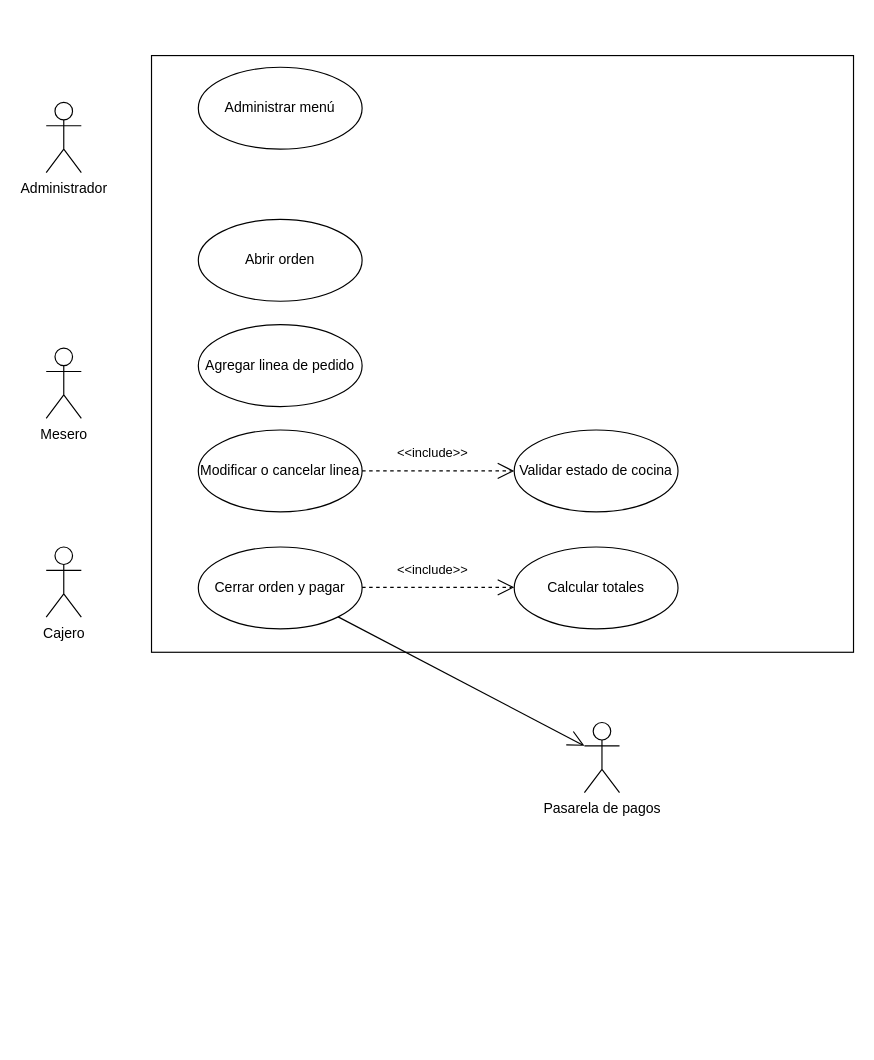
This is diagrama_casosdeuso_ar.drawio from JahirFz/Mapas, a draw.io file, before an edit. Source tidied: cells renumbered, new cells numbered last; positions are measured from the earlier drawing's top-left corner, leaving out a move shared by most shapes. Both pictures are drawn from the tidied source at 117%, with x=0, y=0 at pixel (46, 55).
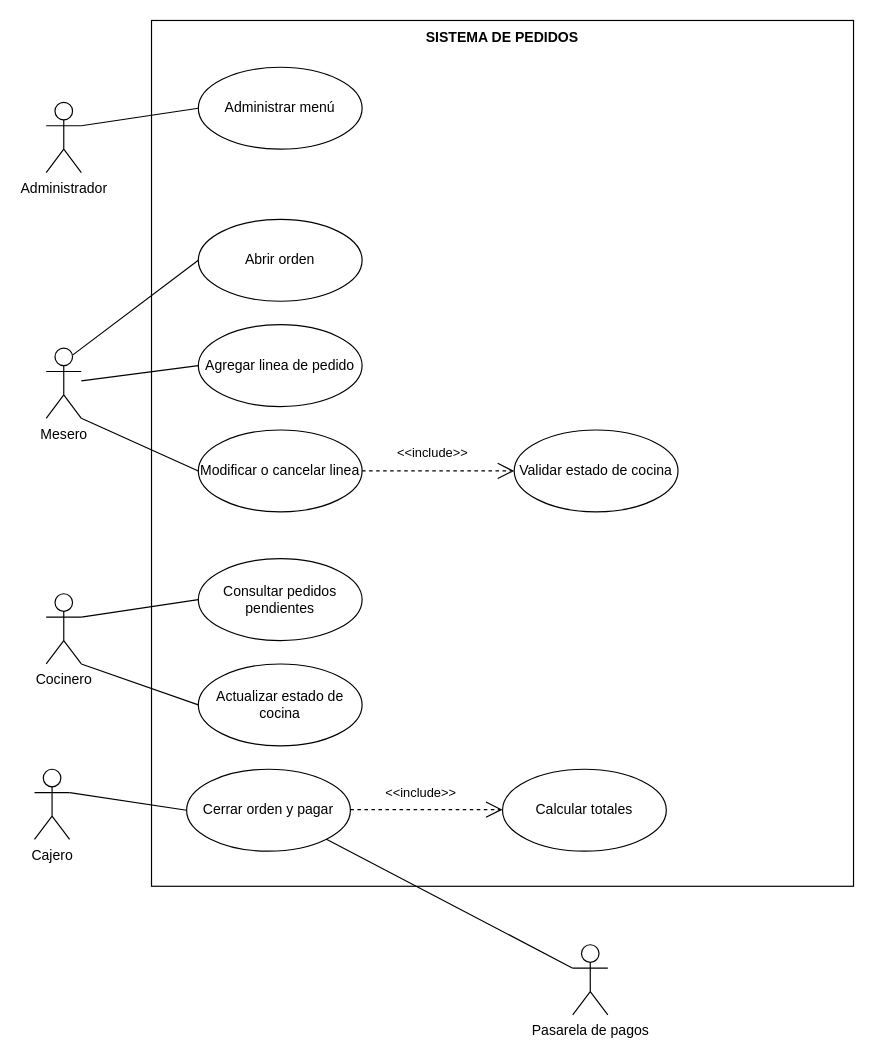
The same diagram, later.

Unchanged cells that the change refers to:
```xml
<mxCell id="2" value="Administrador" style="shape=umlActor;verticalLabelPosition=bottom;verticalAlign=top;html=1;" parent="1" vertex="1">
  <mxGeometry y="40" width="30" height="60" as="geometry" />
</mxCell>
<mxCell id="3" value="Mesero" style="shape=umlActor;verticalLabelPosition=bottom;verticalAlign=top;html=1;" parent="1" vertex="1">
  <mxGeometry y="250" width="30" height="60" as="geometry" />
</mxCell>
<mxCell id="6" value="Administrar menú" style="ellipse;whiteSpace=wrap;html=1;" parent="1" vertex="1">
  <mxGeometry x="130" y="10" width="140" height="70" as="geometry" />
</mxCell>
<mxCell id="7" value="Abrir orden" style="ellipse;whiteSpace=wrap;html=1;" parent="1" vertex="1">
  <mxGeometry x="130" y="140" width="140" height="70" as="geometry" />
</mxCell>
<mxCell id="8" value="Agregar linea de pedido" style="ellipse;whiteSpace=wrap;html=1;" parent="1" vertex="1">
  <mxGeometry x="130" y="230" width="140" height="70" as="geometry" />
</mxCell>
<mxCell id="9" value="Modificar o cancelar linea" style="ellipse;whiteSpace=wrap;html=1;" parent="1" vertex="1">
  <mxGeometry x="130" y="320" width="140" height="70" as="geometry" />
</mxCell>
```

Diff of the diagram source:
```diff
@@
     <mxCell id="4" value="Cajero" style="shape=umlActor;verticalLabelPosition=bottom;verticalAlign=top;html=1;" parent="1" vertex="1">
-      <mxGeometry y="420" width="30" height="60" as="geometry" />
+      <mxGeometry x="-10" y="610" width="30" height="60" as="geometry" />
     </mxCell>
     <mxCell id="5" style="html=1;whiteSpace=wrap;" parent="1" vertex="1">
-      <mxGeometry x="90" width="600" height="510" as="geometry" />
+      <mxGeometry x="90" y="-30" width="600" height="740" as="geometry" />
     </mxCell>
@@
     <mxCell id="10" value="Cerrar orden y pagar" style="ellipse;whiteSpace=wrap;html=1;" parent="1" vertex="1">
-      <mxGeometry x="130" y="420" width="140" height="70" as="geometry" />
+      <mxGeometry x="120" y="610" width="140" height="70" as="geometry" />
     </mxCell>
@@
     <mxCell id="12" value="Calcular totales" style="ellipse;whiteSpace=wrap;html=1;" parent="1" vertex="1">
-      <mxGeometry x="400" y="420" width="140" height="70" as="geometry" />
+      <mxGeometry x="390" y="610" width="140" height="70" as="geometry" />
     </mxCell>
@@
     <mxCell id="14" value="&amp;lt;&amp;lt;include&amp;gt;&amp;gt;" style="endArrow=open;endSize=12;dashed=1;html=1;rounded=0;entryX=0;entryY=0.5;entryDx=0;entryDy=0;exitX=1;exitY=0.5;exitDx=0;exitDy=0;" parent="1" edge="1">
       <mxGeometry x="-0.08" y="14" relative="1" as="geometry">
-        <mxPoint x="270" y="454.5" as="sourcePoint" />
-        <mxPoint x="400" y="454.5" as="targetPoint" />
+        <mxPoint x="260" y="644.5" as="sourcePoint" />
+        <mxPoint x="390" y="644.5" as="targetPoint" />
         <mxPoint y="-1" as="offset" />
       </mxGeometry>
     </mxCell>
     <mxCell id="15" value="Pasarela de pagos" style="shape=umlActor;verticalLabelPosition=bottom;verticalAlign=top;html=1;" parent="1" vertex="1">
-      <mxGeometry x="460" y="570" width="30" height="60" as="geometry" />
+      <mxGeometry x="450" y="760" width="30" height="60" as="geometry" />
     </mxCell>
-    <mxCell id="16" style="endArrow=open;endFill=1;endSize=12;html=1;rounded=0;exitX=1;exitY=1;exitDx=0;exitDy=0;entryX=0;entryY=0.3333333333333333;entryDx=0;entryDy=0;entryPerimeter=0;" parent="1" edge="1" source="10" target="15">
+    <mxCell id="16" style="endArrow=none;endFill=0;endSize=12;html=1;rounded=0;exitX=1;exitY=1;exitDx=0;exitDy=0;entryX=0;entryY=0.3333333333333333;entryDx=0;entryDy=0;entryPerimeter=0;" parent="1" edge="1" source="10" target="15">
       <mxGeometry relative="1" as="geometry" />
     </mxCell>
+    <mxCell id="17" value="&lt;b&gt;SISTEMA DE PEDIDOS&lt;/b&gt;" style="text;html=1;whiteSpace=wrap;strokeColor=none;fillColor=none;align=center;verticalAlign=middle;rounded=0;" parent="1" vertex="1">
+      <mxGeometry x="310" y="-30" width="160" height="30" as="geometry" />
+    </mxCell>
+    <mxCell id="18" style="endArrow=none;endFill=0;endSize=12;html=1;rounded=0;entryX=0;entryY=0.5;entryDx=0;entryDy=0;exitX=1;exitY=0.3333333333333333;exitDx=0;exitDy=0;exitPerimeter=0;" parent="1" edge="1" source="2" target="6">
+      <mxGeometry relative="1" as="geometry" />
+    </mxCell>
+    <mxCell id="19" style="endArrow=none;endFill=0;endSize=12;html=1;rounded=0;entryX=0;entryY=0.5;entryDx=0;entryDy=0;exitX=0.75;exitY=0.1;exitDx=0;exitDy=0;exitPerimeter=0;" parent="1" edge="1" source="3" target="7">
+      <mxGeometry relative="1" as="geometry" />
+    </mxCell>
+    <mxCell id="20" style="endArrow=none;endFill=0;endSize=12;html=1;rounded=0;entryX=0;entryY=0.5;entryDx=0;entryDy=0;" parent="1" edge="1" source="3" target="8">
+      <mxGeometry relative="1" as="geometry" />
+    </mxCell>
+    <mxCell id="21" style="endArrow=none;endFill=0;endSize=12;html=1;rounded=0;entryX=0;entryY=0.5;entryDx=0;entryDy=0;exitX=1;exitY=1;exitDx=0;exitDy=0;exitPerimeter=0;" parent="1" edge="1" source="3" target="9">
+      <mxGeometry relative="1" as="geometry" />
+    </mxCell>
+    <mxCell id="22" style="endArrow=none;endFill=0;endSize=12;html=1;rounded=0;entryX=0;entryY=0.5;entryDx=0;entryDy=0;exitX=1;exitY=0.3333333333333333;exitDx=0;exitDy=0;exitPerimeter=0;" parent="1" edge="1" source="4" target="10">
+      <mxGeometry relative="1" as="geometry" />
+    </mxCell>
+    <mxCell id="23" value="Cocinero" style="shape=umlActor;verticalLabelPosition=bottom;verticalAlign=top;html=1;" parent="1" vertex="1">
+      <mxGeometry y="460" width="30" height="60" as="geometry" />
+    </mxCell>
+    <mxCell id="24" value="Consultar pedidos pendientes" style="ellipse;whiteSpace=wrap;html=1;" parent="1" vertex="1">
+      <mxGeometry x="130" y="430" width="140" height="70" as="geometry" />
+    </mxCell>
+    <mxCell id="25" value="Actualizar estado de cocina" style="ellipse;whiteSpace=wrap;html=1;" parent="1" vertex="1">
+      <mxGeometry x="130" y="520" width="140" height="70" as="geometry" />
+    </mxCell>
+    <mxCell id="26" style="endArrow=none;endFill=0;endSize=12;html=1;rounded=0;entryX=0;entryY=0.5;entryDx=0;entryDy=0;exitX=1;exitY=0.3333333333333333;exitDx=0;exitDy=0;exitPerimeter=0;" parent="1" edge="1" source="23" target="24">
+      <mxGeometry relative="1" as="geometry" />
+    </mxCell>
+    <mxCell id="27" style="endArrow=none;endFill=0;endSize=12;html=1;rounded=0;entryX=0;entryY=0.5;entryDx=0;entryDy=0;exitX=1;exitY=1;exitDx=0;exitDy=0;exitPerimeter=0;" parent="1" edge="1" source="23" target="25">
+      <mxGeometry relative="1" as="geometry" />
+    </mxCell>
```
